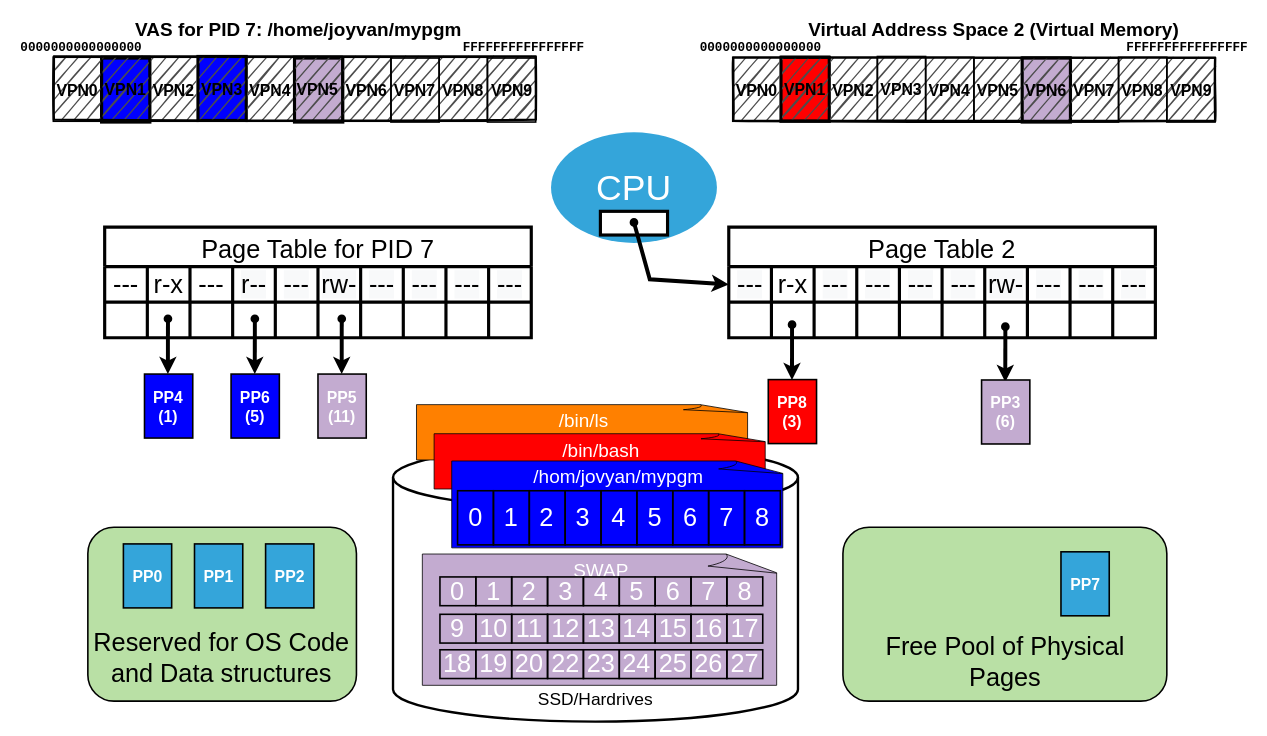
Earlier version of the draw.io diagram page "Paging-013" (13 of 18) of underthecovers/images/src/VMM.drawio (jappavoo/UndertheCovers). Source tidied: cells renumbered, new cells numbered last; positions are measured from the earlier drawing's top-left corner, leaving out a move shared by most shapes. Both pictures are drawn from the tidied source at 79%, with x=0, y=0 at pixel (13, 13).
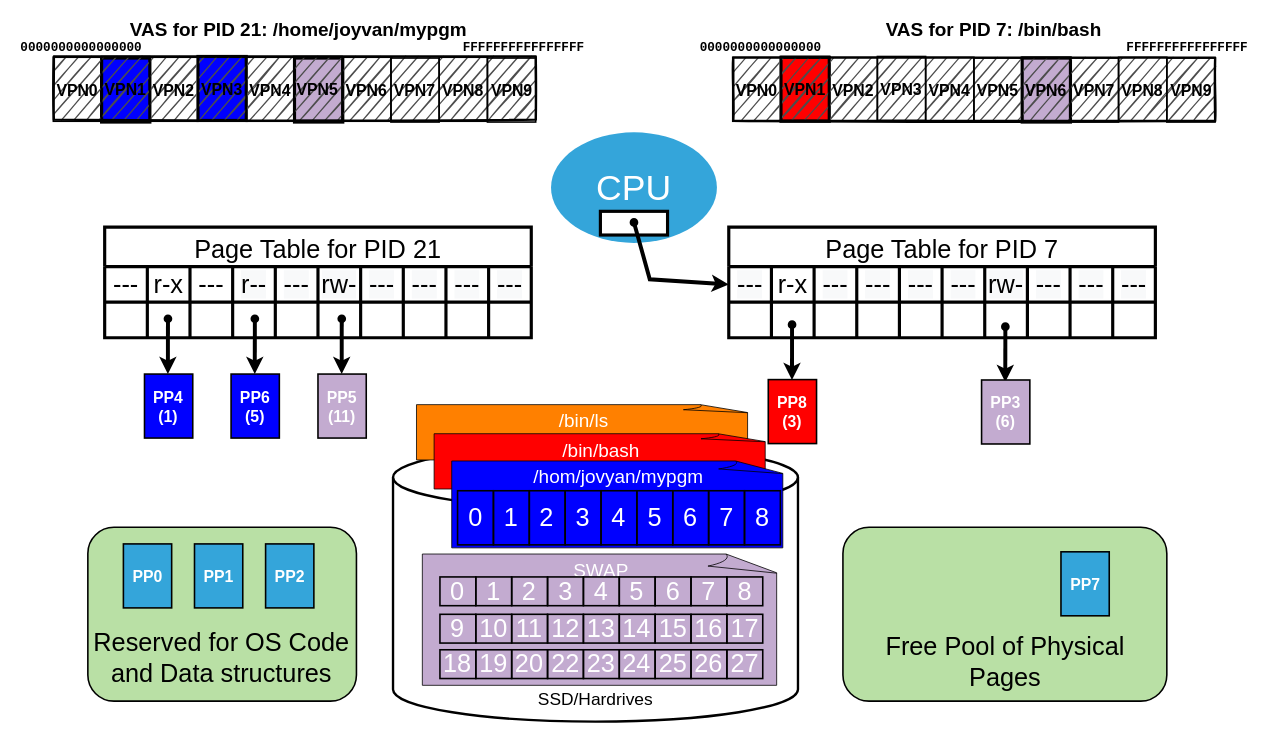
After the change.

Diff of the diagram source:
```diff
@@
-    <mxCell id="59" value="&lt;b&gt;VAS for PID 7: /home/joyvan/mypgm&lt;/b&gt;" style="text;html=1;align=center;verticalAlign=middle;fillColor=none;strokeColor=none;rounded=0;fontSize=24;" parent="1" vertex="1">
-      <mxGeometry x="140" width="440" height="40" as="geometry" />
+    <mxCell id="59" value="&lt;b&gt;VAS for PID 21: /home/joyvan/mypgm&lt;/b&gt;" style="text;html=1;align=center;verticalAlign=middle;fillColor=none;strokeColor=none;rounded=0;fontSize=24;" parent="1" vertex="1">
+      <mxGeometry x="135" width="450" height="40" as="geometry" />
     </mxCell>
@@
-    <mxCell id="72" value="&lt;b&gt;Virtual Address Space 2 (Virtual Memory)&lt;/b&gt;" style="text;html=1;align=center;verticalAlign=middle;fillColor=none;strokeColor=none;rounded=0;fontSize=24;" parent="1" vertex="1">
-      <mxGeometry x="995" width="490" height="40" as="geometry" />
+    <mxCell id="72" value="&lt;b&gt;VAS for PID 7: /bin/bash&lt;/b&gt;" style="text;html=1;align=center;verticalAlign=middle;fillColor=none;strokeColor=none;rounded=0;fontSize=24;" parent="1" vertex="1">
+      <mxGeometry x="1090" width="300" height="40" as="geometry" />
     </mxCell>
@@
-    <mxCell id="86" value="Page Table for PID 7" style="shape=table;startSize=50;childLayout=tableLayout;strokeWidth=4;fillColor=#FFFFFF;strokeColor=#000000;fontSize=32;" parent="1" vertex="1">
+    <mxCell id="86" value="Page Table for PID 21" style="shape=table;startSize=50;childLayout=tableLayout;strokeWidth=4;fillColor=#FFFFFF;strokeColor=#000000;fontSize=32;" parent="1" vertex="1">
       <mxGeometry x="115" y="270" width="540" height="140" as="geometry" />
     </mxCell>
@@
-    <mxCell id="122" value="Page Table 2" style="shape=table;startSize=50;childLayout=tableLayout;strokeWidth=4;fillColor=#FFFFFF;strokeColor=#000000;fontSize=32;" parent="1" vertex="1">
+    <mxCell id="122" value="Page Table for PID 7" style="shape=table;startSize=50;childLayout=tableLayout;strokeWidth=4;fillColor=#FFFFFF;strokeColor=#000000;fontSize=32;" parent="1" vertex="1">
       <mxGeometry x="905" y="270" width="540" height="140" as="geometry" />
     </mxCell>
```
